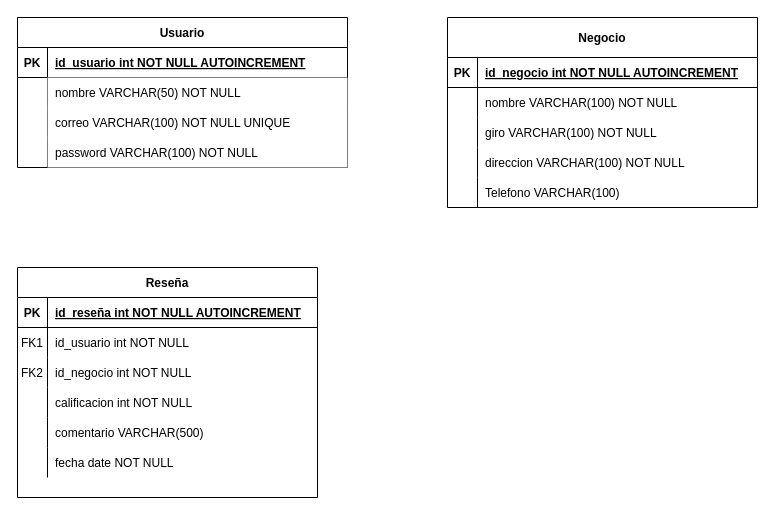
The draw.io diagram E-R reseñas negocios pequeños.drawio in AlexAntonio29/PracticasProgramacion, before the edit. Source tidied: cells renumbered, new cells numbered last; positions are measured from the earlier drawing's top-left corner, leaving out a move shared by most shapes. Both pictures are drawn from the tidied source at 100%, with x=0, y=0 at pixel (17, 17).
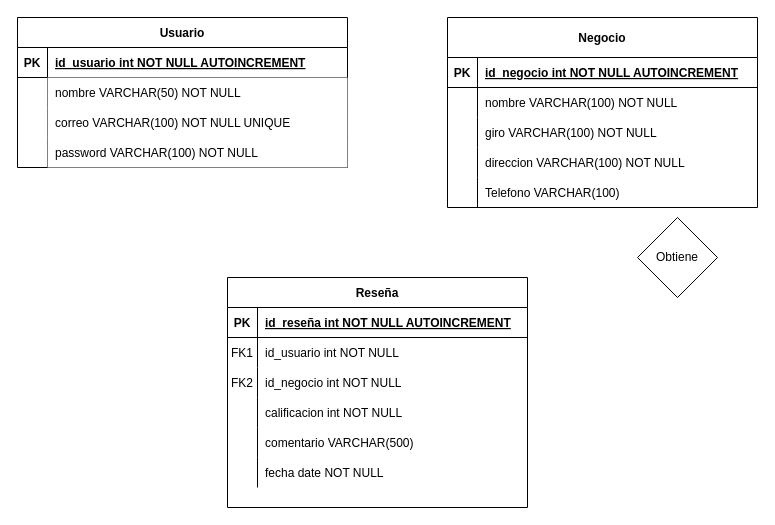
The same diagram, later.

What changed in the source:
```diff
@@
     <mxCell id="18" value="Reseña" style="shape=table;startSize=30;childLayout=tableLayout;rowLines=0;fontStyle=1;align=center;" parent="1" vertex="1">
-      <mxGeometry y="250" width="300" height="230" as="geometry" />
+      <mxGeometry x="210" y="260" width="300" height="230" as="geometry" />
     </mxCell>
@@
+    <mxCell id="50" value="Obtiene" style="rhombus;whiteSpace=wrap;html=1;" parent="1" vertex="1">
+      <mxGeometry x="620" y="200" width="80" height="80" as="geometry" />
+    </mxCell>
```
